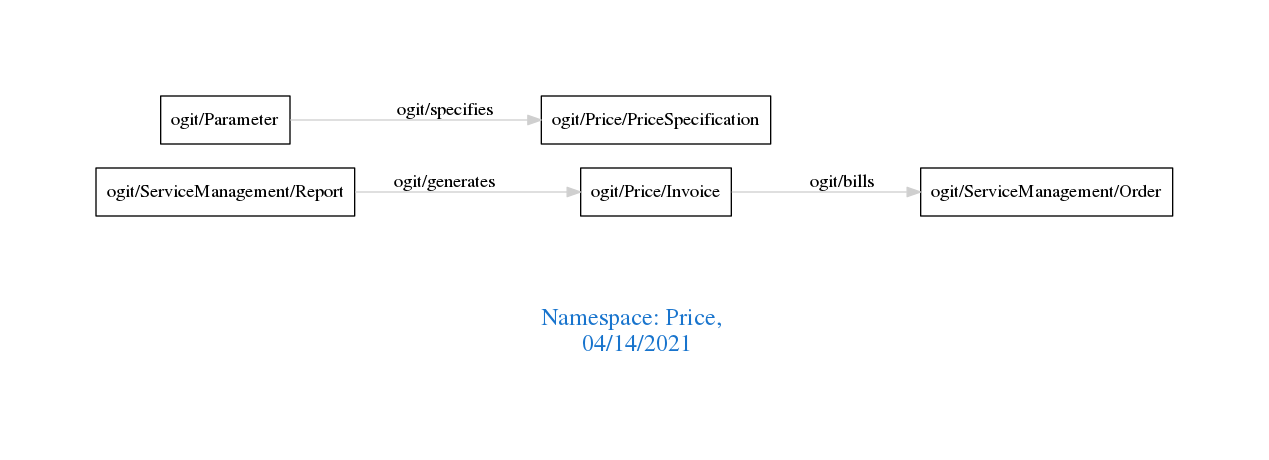
Earlier version of the Graphviz export downloads/Price.png (arago/OGIT). Its source is kept beside it as downloads/Price.dot.
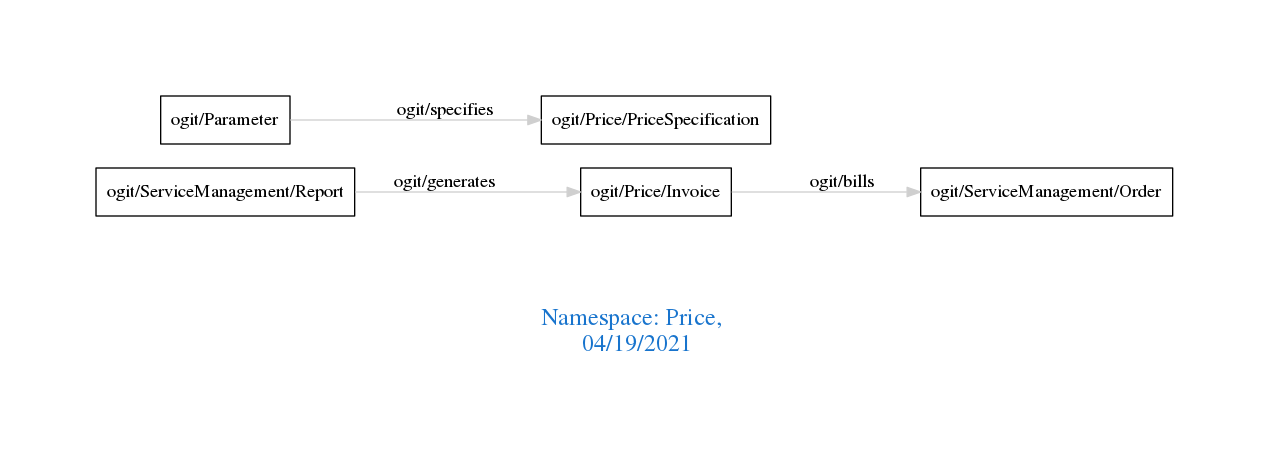
Above is the later version.

What changed in the source:
```diff
@@ -1,7 +1,7 @@
 digraph OGIT_ontology {
  graph [ rankdir= LR,pad=1
 fontsize = 18,
-fontcolor= dodgerblue3,label = "\n\n\nNamespace: Price, \n 04/14/2021"];
+fontcolor= dodgerblue3,label = "\n\n\nNamespace: Price, \n 04/19/2021"];
 node[shape=polygon];
 edge [  color="gray81"];
 
```
